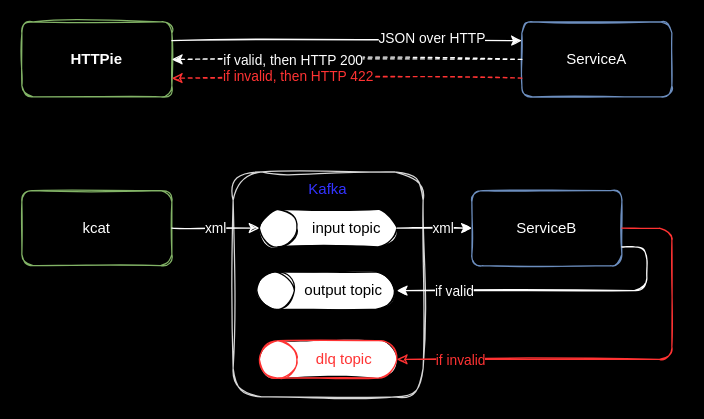
The draw.io diagram page "dark" (2 of 2) of .img/SchemaRegistryDemo.drawio in stn1slv/meetup-schema-registry, before the edit. Source tidied: cells renumbered, new cells numbered last; positions are measured from the earlier drawing's top-left corner, leaving out a move shared by most shapes. Both pictures are drawn from the tidied source at 125%, with x=0, y=0 at pixel (21, 21).
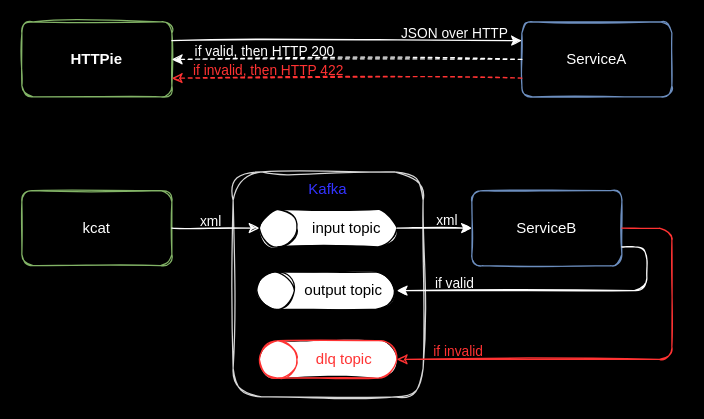
After the change.

The change refers to these unchanged cells:
```xml
<mxCell id="4" value="kcat" style="rounded=1;whiteSpace=wrap;html=1;sketch=1;fillColor=none;strokeColor=#82b366;fontColor=#FFFFFF;" parent="1" vertex="1">
  <mxGeometry y="135" width="120" height="60" as="geometry" />
</mxCell>
<mxCell id="5" value="ServiceB" style="rounded=1;whiteSpace=wrap;html=1;sketch=1;fillColor=none;strokeColor=#6c8ebf;fontColor=#FFFFFF;" parent="1" vertex="1">
  <mxGeometry x="360" y="135" width="120" height="60" as="geometry" />
</mxCell>
<mxCell id="9" style="shape=cylinder3;whiteSpace=wrap;html=1;boundedLbl=1;backgroundOutline=1;size=15;rounded=1;sketch=1;rotation=-90;" parent="8" vertex="1">
  <mxGeometry x="40" y="-40" width="30" height="110" as="geometry" />
</mxCell>
<mxCell id="15" style="edgeStyle=orthogonalEdgeStyle;rounded=1;sketch=1;jettySize=auto;html=1;entryX=1;entryY=0.5;entryDx=0;entryDy=0;fontColor=#FF3333;startArrow=none;startFill=0;endArrow=classic;endFill=1;exitX=1;exitY=0.75;exitDx=0;exitDy=0;shadow=0;strokeColor=#FFFFFF;" parent="1" edge="1" source="5" target="13">
  <mxGeometry relative="1" as="geometry">
    <Array as="points">
      <mxPoint x="500" y="180" />
      <mxPoint x="500" y="215" />
    </Array>
  </mxGeometry>
</mxCell>
<mxCell id="17" style="edgeStyle=orthogonalEdgeStyle;rounded=1;sketch=1;jettySize=auto;html=1;entryX=0.5;entryY=1;entryDx=0;entryDy=0;entryPerimeter=0;fontColor=#FF3333;startArrow=none;startFill=0;endArrow=classic;endFill=1;strokeColor=#FF3333;" parent="1" edge="1" source="5" target="7">
  <mxGeometry relative="1" as="geometry">
    <Array as="points">
      <mxPoint x="520" y="165" />
      <mxPoint x="520" y="270" />
    </Array>
  </mxGeometry>
</mxCell>
<mxCell id="20" style="edgeStyle=orthogonalEdgeStyle;rounded=0;jettySize=auto;html=1;entryX=0;entryY=0.25;entryDx=0;entryDy=0;sketch=1;exitX=1;exitY=0.25;exitDx=0;exitDy=0;fontColor=#FFFFFF;strokeColor=#FFFFFF;" parent="1" edge="1" source="2" target="3">
  <mxGeometry relative="1" as="geometry" />
</mxCell>
<mxCell id="22" style="edgeStyle=orthogonalEdgeStyle;rounded=0;sketch=1;jettySize=auto;html=1;entryX=1;entryY=0.5;entryDx=0;entryDy=0;fontColor=#FFFFFF;startArrow=none;startFill=0;endArrow=classic;endFill=1;dashed=1;strokeColor=#FFFFFF;" parent="1" edge="1" source="3" target="2">
  <mxGeometry relative="1" as="geometry" />
</mxCell>
<mxCell id="24" style="edgeStyle=orthogonalEdgeStyle;rounded=0;sketch=1;jettySize=auto;html=1;entryX=1;entryY=0.75;entryDx=0;entryDy=0;dashed=1;fontColor=#FF3333;startArrow=none;startFill=0;endArrow=classic;endFill=1;exitX=0;exitY=0.75;exitDx=0;exitDy=0;strokeColor=#FF3333;" parent="1" edge="1" source="3" target="2">
  <mxGeometry relative="1" as="geometry" />
</mxCell>
```

Diff of the diagram source:
```diff
@@
-    <mxCell id="14" value="xml" style="edgeStyle=orthogonalEdgeStyle;rounded=0;sketch=1;jettySize=auto;html=1;entryX=0.5;entryY=1;entryDx=0;entryDy=0;entryPerimeter=0;startArrow=classic;startFill=1;endArrow=none;endFill=0;strokeColor=#FFFFFF;labelBorderColor=none;labelBackgroundColor=#000000;fontColor=#FFFFFF;exitX=0;exitY=0.5;exitDx=0;exitDy=0;" parent="1" edge="1" source="5" target="9">
-      <mxGeometry x="-0.23" relative="1" as="geometry" />
+    <mxCell id="14" style="edgeStyle=orthogonalEdgeStyle;rounded=0;sketch=1;jettySize=auto;html=1;entryX=0.5;entryY=1;entryDx=0;entryDy=0;entryPerimeter=0;startArrow=classic;startFill=1;endArrow=none;endFill=0;strokeColor=#FFFFFF;labelBorderColor=none;labelBackgroundColor=none;fontColor=#FFFFFF;exitX=0;exitY=0.5;exitDx=0;exitDy=0;" parent="1" edge="1" source="5" target="9">
+      <mxGeometry x="-0.33" y="-5" relative="1" as="geometry" />
     </mxCell>
@@
-    <mxCell id="16" value="&lt;font&gt;if valid&lt;/font&gt;" style="edgeLabel;html=1;align=center;verticalAlign=middle;fontColor=#FFFFFF;labelBorderColor=none;labelBackgroundColor=#000000;" parent="15" vertex="1">
-      <mxGeometry x="0.59" relative="1" as="geometry">
-        <mxPoint x="-7" as="offset" />
-      </mxGeometry>
-    </mxCell>
@@
-    <mxCell id="18" value="if invalid" style="edgeLabel;html=1;align=center;verticalAlign=middle;fontColor=#FF3333;labelBackgroundColor=#000000;" parent="17" vertex="1">
+    <mxCell id="18" value="if invalid" style="edgeLabel;html=1;align=center;verticalAlign=middle;fontColor=#FF3333;labelBackgroundColor=none;" parent="17" vertex="1">
       <mxGeometry x="0.68" y="1" relative="1" as="geometry">
-        <mxPoint x="-8" y="-1" as="offset" />
+        <mxPoint x="-10" y="-8" as="offset" />
       </mxGeometry>
     </mxCell>
-    <mxCell id="19" value="xml" style="edgeStyle=orthogonalEdgeStyle;rounded=0;sketch=1;jettySize=auto;html=1;entryX=0.5;entryY=0;entryDx=0;entryDy=0;entryPerimeter=0;strokeColor=#FFFFFF;labelBorderColor=none;labelBackgroundColor=#000000;fontColor=#FFFFFF;" parent="1" edge="1" source="4" target="9">
-      <mxGeometry relative="1" as="geometry" />
+    <mxCell id="19" style="edgeStyle=orthogonalEdgeStyle;rounded=0;sketch=1;jettySize=auto;html=1;entryX=0.5;entryY=0;entryDx=0;entryDy=0;entryPerimeter=0;strokeColor=#FFFFFF;labelBorderColor=none;labelBackgroundColor=none;fontColor=#FFFFFF;" parent="1" edge="1" source="4" target="9">
+      <mxGeometry x="-0.14" y="5" relative="1" as="geometry" />
     </mxCell>
@@
-    <mxCell id="21" value="&lt;font&gt;JSON over HTTP&lt;/font&gt;" style="edgeLabel;html=1;align=center;verticalAlign=middle;fontColor=#FFFFFF;labelBorderColor=none;labelBackgroundColor=#000000;" parent="20" vertex="1">
+    <mxCell id="21" value="&lt;font&gt;JSON over HTTP&lt;/font&gt;" style="edgeLabel;html=1;align=center;verticalAlign=middle;fontColor=#FFFFFF;labelBorderColor=none;labelBackgroundColor=none;" parent="20" vertex="1">
       <mxGeometry x="0.35" relative="1" as="geometry">
-        <mxPoint x="18" y="-2" as="offset" />
+        <mxPoint x="36" y="-6" as="offset" />
       </mxGeometry>
     </mxCell>
@@
-    <mxCell id="23" value="if valid, then HTTP 200" style="edgeLabel;html=1;align=center;verticalAlign=middle;fontColor=#FFFFFF;labelBorderColor=none;labelBackgroundColor=#000000;" parent="22" vertex="1">
+    <mxCell id="23" value="if valid, then HTTP 200" style="edgeLabel;html=1;align=center;verticalAlign=middle;fontColor=#FFFFFF;labelBorderColor=none;labelBackgroundColor=none;" parent="22" vertex="1">
       <mxGeometry x="-0.4" y="2" relative="1" as="geometry">
-        <mxPoint x="-100" y="-2" as="offset" />
+        <mxPoint x="-123" y="-9" as="offset" />
       </mxGeometry>
     </mxCell>
@@
-    <mxCell id="25" value="if invalid, then HTTP 422" style="edgeLabel;html=1;align=center;verticalAlign=middle;fontColor=#FF3333;labelBackgroundColor=#000000;" parent="24" vertex="1">
+    <mxCell id="25" value="if invalid, then HTTP 422" style="edgeLabel;html=1;align=center;verticalAlign=middle;fontColor=#FF3333;labelBackgroundColor=none;" parent="24" vertex="1">
       <mxGeometry x="-0.08" y="6" relative="1" as="geometry">
-        <mxPoint x="-51" y="-8" as="offset" />
+        <mxPoint x="-75" y="-13" as="offset" />
       </mxGeometry>
     </mxCell>
+    <mxCell id="26" value="xml" style="edgeLabel;html=1;align=center;verticalAlign=middle;fontColor=#FFFFFF;labelBorderColor=none;labelBackgroundColor=none;" parent="1" vertex="1">
+      <mxGeometry x="150" y="159" as="geometry" />
+    </mxCell>
+    <mxCell id="27" value="xml" style="edgeLabel;html=1;align=center;verticalAlign=middle;fontColor=#FFFFFF;labelBorderColor=none;labelBackgroundColor=none;" parent="1" vertex="1">
+      <mxGeometry x="160" y="169" as="geometry">
+        <mxPoint x="179" y="-11" as="offset" />
+      </mxGeometry>
+    </mxCell>
+    <mxCell id="16" value="if valid" style="edgeLabel;html=1;align=center;verticalAlign=middle;fontColor=#FFFFFF;labelBorderColor=none;labelBackgroundColor=none;" parent="1" vertex="1">
+      <mxGeometry x="166" y="219" as="geometry">
+        <mxPoint x="179" y="-11" as="offset" />
+      </mxGeometry>
+    </mxCell>
```
